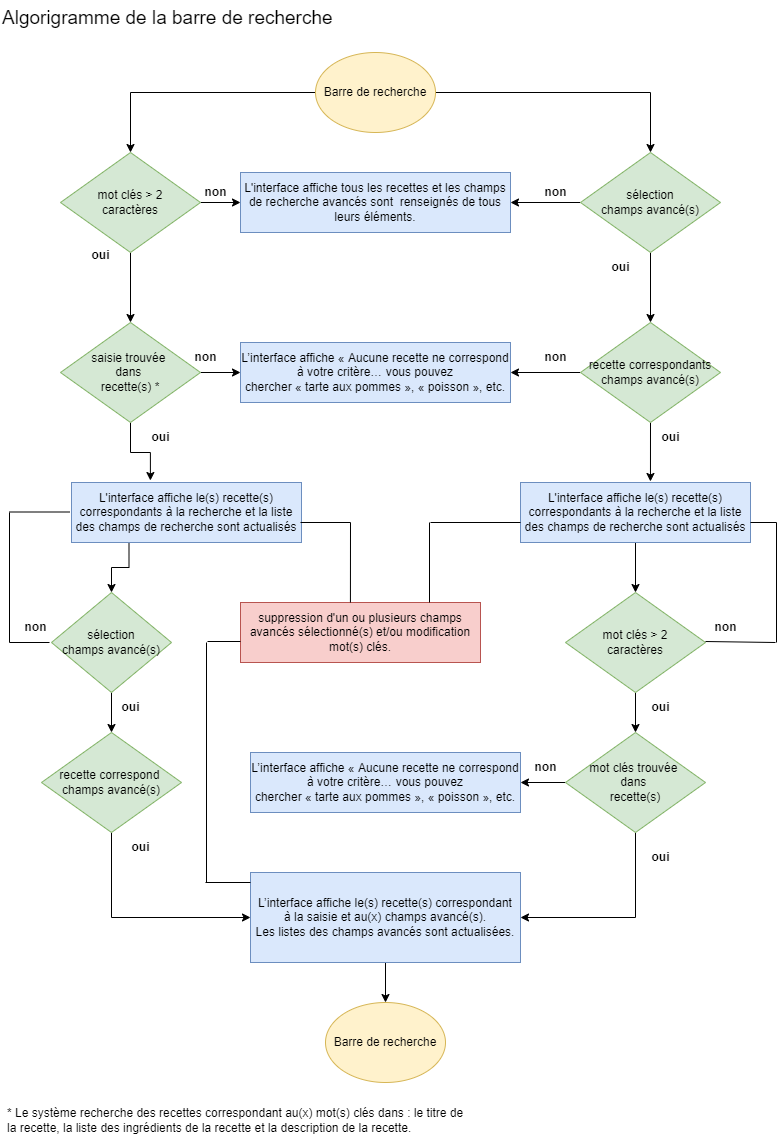
Above: documentations/LesPetitsPLats.png in vypnico974/P7-Les-Petits-Plats-OpenClassroom (draw.io), before the change. Source tidied: cells renumbered, new cells last; positions are measured from the earlier drawing's top-left corner, leaving out a move shared by most shapes.
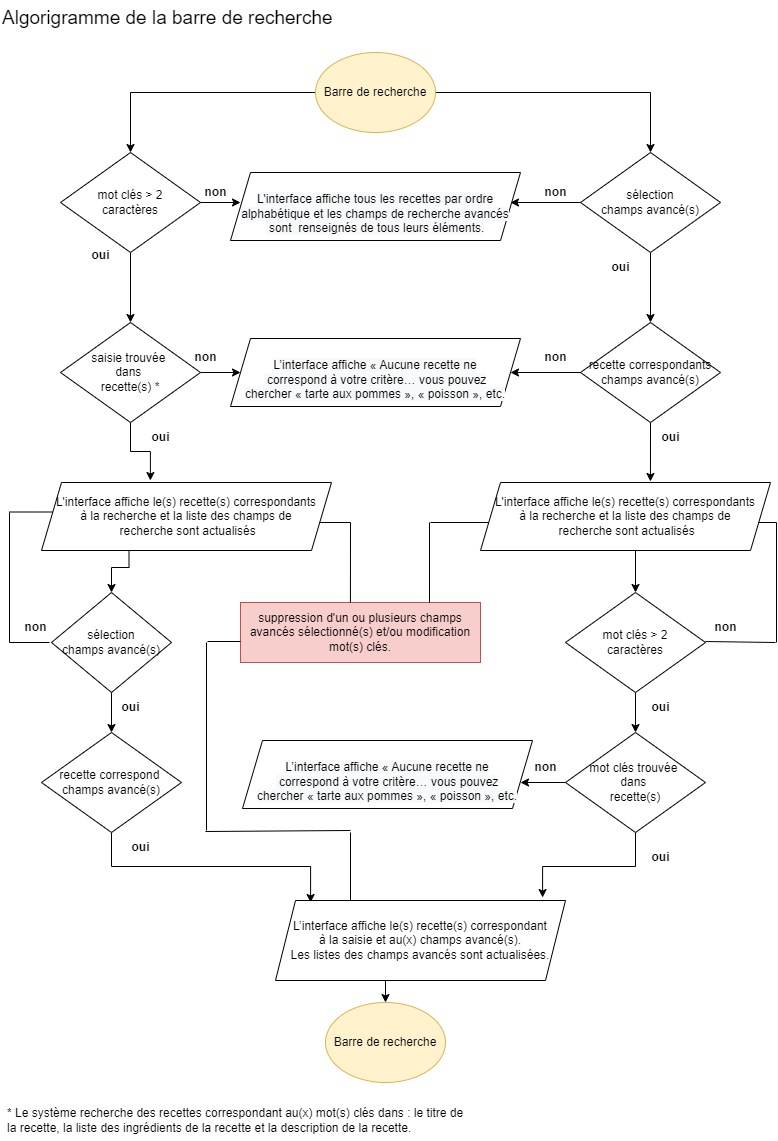
The same diagram one commit later.

The edit, as a diff of the source:
```diff
@@ -13,4 +13,6 @@
     </mxCell>
-    <mxCell id="5" style="edgeStyle=orthogonalEdgeStyle;rounded=0;jettySize=auto;html=1;exitX=1;exitY=0.5;exitDx=0;exitDy=0;entryX=0;entryY=0.5;entryDx=0;entryDy=0;" parent="1" edge="1" source="7" target="11">
-      <mxGeometry relative="1" as="geometry" />
+    <mxCell id="5" style="edgeStyle=orthogonalEdgeStyle;rounded=0;jettySize=auto;html=1;exitX=1;exitY=0.5;exitDx=0;exitDy=0;entryX=0;entryY=0.5;entryDx=0;entryDy=0;" parent="1" edge="1" source="7">
+      <mxGeometry relative="1" as="geometry">
+        <mxPoint x="240" y="202" as="targetPoint" />
+      </mxGeometry>
     </mxCell>
@@ -19,3 +21,3 @@
     </mxCell>
-    <mxCell id="7" value="mot clés &amp;gt; 2&lt;br&gt;caractères" style="rhombus;whiteSpace=wrap;html=1;fillColor=#d5e8d4;strokeColor=#82b366;" parent="1" vertex="1">
+    <mxCell id="7" value="mot clés &amp;gt; 2&lt;br&gt;caractères" style="rhombus;whiteSpace=wrap;html=1;" parent="1" vertex="1">
       <mxGeometry x="60" y="152" width="140" height="100" as="geometry" />
@@ -31,5 +33,2 @@
     </mxCell>
-    <mxCell id="11" value="L'interface affiche tous les recettes et les champs&lt;br&gt;de recherche avancés sont&amp;nbsp; renseignés de tous leurs éléments." style="rounded=0;whiteSpace=wrap;html=1;fillColor=#dae8fc;strokeColor=#6c8ebf;" parent="1" vertex="1">
-      <mxGeometry x="240" y="172" width="270" height="60" as="geometry" />
-    </mxCell>
     <mxCell id="12" value="non" style="text;html=1;align=center;verticalAlign=middle;strokeColor=none;fillColor=none;fontStyle=1;" parent="1" vertex="1">
@@ -37,4 +36,6 @@
     </mxCell>
-    <mxCell id="13" style="edgeStyle=orthogonalEdgeStyle;rounded=0;jettySize=auto;html=1;exitX=0;exitY=0.5;exitDx=0;exitDy=0;entryX=1;entryY=0.5;entryDx=0;entryDy=0;" parent="1" edge="1" source="15" target="11">
-      <mxGeometry relative="1" as="geometry" />
+    <mxCell id="13" style="edgeStyle=orthogonalEdgeStyle;rounded=0;jettySize=auto;html=1;exitX=0;exitY=0.5;exitDx=0;exitDy=0;entryX=1;entryY=0.5;entryDx=0;entryDy=0;" parent="1" edge="1" source="15">
+      <mxGeometry relative="1" as="geometry">
+        <mxPoint x="510" y="202" as="targetPoint" />
+      </mxGeometry>
     </mxCell>
@@ -43,3 +44,3 @@
     </mxCell>
-    <mxCell id="15" value="sélection&lt;br&gt;champs avancé(s)" style="rhombus;whiteSpace=wrap;html=1;fillColor=#d5e8d4;strokeColor=#82b366;" parent="1" vertex="1">
+    <mxCell id="15" value="sélection&lt;br&gt;champs avancé(s)" style="rhombus;whiteSpace=wrap;html=1;" parent="1" vertex="1">
       <mxGeometry x="580" y="152" width="140" height="100" as="geometry" />
@@ -49,21 +50,26 @@
     </mxCell>
-    <mxCell id="17" style="edgeStyle=orthogonalEdgeStyle;rounded=0;jettySize=auto;html=1;entryX=0;entryY=0.5;entryDx=0;entryDy=0;" parent="1" edge="1" source="19" target="20">
-      <mxGeometry relative="1" as="geometry" />
+    <mxCell id="17" style="edgeStyle=orthogonalEdgeStyle;rounded=0;jettySize=auto;html=1;entryX=0;entryY=0.5;entryDx=0;entryDy=0;" parent="1" edge="1" source="19">
+      <mxGeometry relative="1" as="geometry">
+        <mxPoint x="240" y="372" as="targetPoint" />
+      </mxGeometry>
     </mxCell>
-    <mxCell id="18" style="edgeStyle=orthogonalEdgeStyle;rounded=0;jettySize=auto;html=1;exitX=0.5;exitY=1;exitDx=0;exitDy=0;entryX=0.343;entryY=-0.033;entryDx=0;entryDy=0;entryPerimeter=0;" parent="1" edge="1" source="19" target="26">
-      <mxGeometry relative="1" as="geometry" />
+    <mxCell id="18" style="edgeStyle=orthogonalEdgeStyle;rounded=0;jettySize=auto;html=1;exitX=0.5;exitY=1;exitDx=0;exitDy=0;entryX=0.343;entryY=-0.033;entryDx=0;entryDy=0;entryPerimeter=0;" parent="1" edge="1" source="19">
+      <mxGeometry relative="1" as="geometry">
+        <mxPoint x="149.9" y="480" as="targetPoint" />
+      </mxGeometry>
     </mxCell>
-    <mxCell id="19" value="saisie trouvée&amp;nbsp;&lt;br&gt;dans&amp;nbsp;&lt;br&gt;recette(s) *" style="rhombus;whiteSpace=wrap;html=1;fillColor=#d5e8d4;strokeColor=#82b366;" parent="1" vertex="1">
+    <mxCell id="19" value="saisie trouvée&amp;nbsp;&lt;br&gt;dans&amp;nbsp;&lt;br&gt;recette(s) *" style="rhombus;whiteSpace=wrap;html=1;" parent="1" vertex="1">
       <mxGeometry x="60" y="322" width="140" height="100" as="geometry" />
     </mxCell>
-    <mxCell id="20" value="L’interface affiche « Aucune recette ne correspond à votre critère… vous pouvez&lt;br/&gt;chercher « tarte aux pommes », « poisson », etc.&lt;br/&gt;" style="rounded=0;whiteSpace=wrap;html=1;fillColor=#dae8fc;strokeColor=#6c8ebf;" parent="1" vertex="1">
-      <mxGeometry x="240" y="342" width="270" height="60" as="geometry" />
-    </mxCell>
-    <mxCell id="21" style="edgeStyle=orthogonalEdgeStyle;rounded=0;jettySize=auto;html=1;entryX=1;entryY=0.5;entryDx=0;entryDy=0;" parent="1" edge="1" source="23" target="20">
-      <mxGeometry relative="1" as="geometry" />
+    <mxCell id="21" style="edgeStyle=orthogonalEdgeStyle;rounded=0;jettySize=auto;html=1;entryX=1;entryY=0.5;entryDx=0;entryDy=0;" parent="1" edge="1" source="23">
+      <mxGeometry relative="1" as="geometry">
+        <mxPoint x="510" y="372" as="targetPoint" />
+      </mxGeometry>
     </mxCell>
-    <mxCell id="22" style="edgeStyle=orthogonalEdgeStyle;rounded=0;jettySize=auto;html=1;exitX=0.5;exitY=1;exitDx=0;exitDy=0;entryX=0.565;entryY=-0.017;entryDx=0;entryDy=0;entryPerimeter=0;" parent="1" edge="1" source="23" target="34">
-      <mxGeometry relative="1" as="geometry" />
+    <mxCell id="22" style="edgeStyle=orthogonalEdgeStyle;rounded=0;jettySize=auto;html=1;exitX=0.5;exitY=1;exitDx=0;exitDy=0;entryX=0.565;entryY=-0.017;entryDx=0;entryDy=0;entryPerimeter=0;" parent="1" edge="1" source="23">
+      <mxGeometry relative="1" as="geometry">
+        <mxPoint x="650" y="481" as="targetPoint" />
+      </mxGeometry>
     </mxCell>
-    <mxCell id="23" value="recette correspondants champs avancé(s)" style="rhombus;whiteSpace=wrap;html=1;fillColor=#d5e8d4;strokeColor=#82b366;" parent="1" vertex="1">
+    <mxCell id="23" value="recette correspondants champs avancé(s)" style="rhombus;whiteSpace=wrap;html=1;" parent="1" vertex="1">
       <mxGeometry x="580" y="322" width="140" height="100" as="geometry" />
@@ -73,8 +79,7 @@
     </mxCell>
-    <mxCell id="25" style="edgeStyle=orthogonalEdgeStyle;rounded=0;jettySize=auto;html=1;exitX=0.25;exitY=1;exitDx=0;exitDy=0;" parent="1" edge="1" source="26" target="28">
-      <mxGeometry relative="1" as="geometry" />
+    <mxCell id="25" style="edgeStyle=orthogonalEdgeStyle;rounded=0;jettySize=auto;html=1;exitX=0.25;exitY=1;exitDx=0;exitDy=0;" parent="1" edge="1" target="28">
+      <mxGeometry relative="1" as="geometry">
+        <mxPoint x="128.5" y="542" as="sourcePoint" />
+      </mxGeometry>
     </mxCell>
-    <mxCell id="26" value="L'interface affiche le(s) recette(s) correspondants à la recherche et la liste des champs de recherche sont actualisés" style="rounded=0;whiteSpace=wrap;html=1;fillColor=#dae8fc;strokeColor=#6c8ebf;" parent="1" vertex="1">
-      <mxGeometry x="71" y="482" width="230" height="60" as="geometry" />
-    </mxCell>
     <mxCell id="27" style="edgeStyle=orthogonalEdgeStyle;rounded=0;jettySize=auto;html=1;exitX=0.5;exitY=1;exitDx=0;exitDy=0;entryX=0.5;entryY=0;entryDx=0;entryDy=0;" parent="1" edge="1" source="28" target="42">
@@ -82,3 +87,3 @@
     </mxCell>
-    <mxCell id="28" value="sélection&lt;br&gt;champs avancé(s)" style="rhombus;whiteSpace=wrap;html=1;fillColor=#d5e8d4;strokeColor=#82b366;" parent="1" vertex="1">
+    <mxCell id="28" value="sélection&lt;br&gt;champs avancé(s)" style="rhombus;whiteSpace=wrap;html=1;" parent="1" vertex="1">
       <mxGeometry x="51" y="592" width="120" height="100" as="geometry" />
@@ -106,8 +111,7 @@
     </mxCell>
-    <mxCell id="33" style="edgeStyle=orthogonalEdgeStyle;rounded=0;jettySize=auto;html=1;exitX=0.5;exitY=1;exitDx=0;exitDy=0;entryX=0.5;entryY=0;entryDx=0;entryDy=0;" parent="1" edge="1" source="34" target="36">
-      <mxGeometry relative="1" as="geometry" />
+    <mxCell id="33" style="edgeStyle=orthogonalEdgeStyle;rounded=0;jettySize=auto;html=1;exitX=0.5;exitY=1;exitDx=0;exitDy=0;entryX=0.5;entryY=0;entryDx=0;entryDy=0;" parent="1" edge="1" target="36">
+      <mxGeometry relative="1" as="geometry">
+        <mxPoint x="635" y="542" as="sourcePoint" />
+      </mxGeometry>
     </mxCell>
-    <mxCell id="34" value="L'interface affiche le(s) recette(s) correspondants à la recherche et la liste des champs de recherche sont actualisés" style="rounded=0;whiteSpace=wrap;html=1;fillColor=#dae8fc;strokeColor=#6c8ebf;" parent="1" vertex="1">
-      <mxGeometry x="520" y="482" width="230" height="60" as="geometry" />
-    </mxCell>
     <mxCell id="35" style="edgeStyle=orthogonalEdgeStyle;rounded=0;jettySize=auto;html=1;exitX=0.5;exitY=1;exitDx=0;exitDy=0;entryX=0.5;entryY=0;entryDx=0;entryDy=0;" parent="1" edge="1" source="36" target="47">
@@ -115,3 +119,3 @@
     </mxCell>
-    <mxCell id="36" value="mot clés &amp;gt; 2&lt;br&gt;caractères" style="rhombus;whiteSpace=wrap;html=1;fillColor=#d5e8d4;strokeColor=#82b366;" parent="1" vertex="1">
+    <mxCell id="36" value="mot clés &amp;gt; 2&lt;br&gt;caractères" style="rhombus;whiteSpace=wrap;html=1;" parent="1" vertex="1">
       <mxGeometry x="565" y="592" width="140" height="100" as="geometry" />
@@ -138,6 +142,6 @@
     </mxCell>
-    <mxCell id="41" style="edgeStyle=orthogonalEdgeStyle;rounded=0;jettySize=auto;html=1;exitX=0.5;exitY=1;exitDx=0;exitDy=0;entryX=0;entryY=0.5;entryDx=0;entryDy=0;" parent="1" edge="1" source="42" target="51">
+    <mxCell id="41" style="edgeStyle=orthogonalEdgeStyle;rounded=0;jettySize=auto;html=1;exitX=0.5;exitY=1;exitDx=0;exitDy=0;entryX=0.121;entryY=0.025;entryDx=0;entryDy=0;entryPerimeter=0;" parent="1" edge="1" source="42" target="51">
       <mxGeometry relative="1" as="geometry" />
     </mxCell>
-    <mxCell id="42" value="recette correspond&amp;nbsp;&lt;br&gt;champs avancé(s)" style="rhombus;whiteSpace=wrap;html=1;fillColor=#d5e8d4;strokeColor=#82b366;" parent="1" vertex="1">
+    <mxCell id="42" value="recette correspond&amp;nbsp;&lt;br&gt;champs avancé(s)" style="rhombus;whiteSpace=wrap;html=1;" parent="1" vertex="1">
       <mxGeometry x="41" y="732" width="140" height="100" as="geometry" />
@@ -147,12 +151,11 @@
     </mxCell>
-    <mxCell id="44" value="L’interface affiche « Aucune recette ne correspond à votre critère… vous pouvez&lt;br/&gt;chercher « tarte aux pommes », « poisson », etc.&lt;br/&gt;" style="rounded=0;whiteSpace=wrap;html=1;fillColor=#dae8fc;strokeColor=#6c8ebf;" parent="1" vertex="1">
-      <mxGeometry x="250" y="752" width="270" height="60" as="geometry" />
-    </mxCell>
-    <mxCell id="45" style="edgeStyle=orthogonalEdgeStyle;rounded=0;jettySize=auto;html=1;exitX=0;exitY=0.5;exitDx=0;exitDy=0;entryX=1;entryY=0.5;entryDx=0;entryDy=0;" parent="1" edge="1" source="47" target="44">
-      <mxGeometry relative="1" as="geometry" />
+    <mxCell id="45" style="edgeStyle=orthogonalEdgeStyle;rounded=0;jettySize=auto;html=1;exitX=0;exitY=0.5;exitDx=0;exitDy=0;entryX=1;entryY=0.5;entryDx=0;entryDy=0;" parent="1" edge="1" source="47">
+      <mxGeometry relative="1" as="geometry">
+        <mxPoint x="520" y="782" as="targetPoint" />
+      </mxGeometry>
     </mxCell>
-    <mxCell id="46" style="edgeStyle=orthogonalEdgeStyle;rounded=0;jettySize=auto;html=1;exitX=0.5;exitY=1;exitDx=0;exitDy=0;entryX=1;entryY=0.5;entryDx=0;entryDy=0;" parent="1" edge="1" source="47" target="51">
+    <mxCell id="46" style="edgeStyle=orthogonalEdgeStyle;rounded=0;jettySize=auto;html=1;exitX=0.5;exitY=1;exitDx=0;exitDy=0;entryX=0.921;entryY=-0.037;entryDx=0;entryDy=0;entryPerimeter=0;" parent="1" edge="1" source="47" target="51">
       <mxGeometry relative="1" as="geometry" />
     </mxCell>
-    <mxCell id="47" value="mot clés trouvée&amp;nbsp;&lt;br&gt;dans&amp;nbsp;&lt;br&gt;recette(s)" style="rhombus;whiteSpace=wrap;html=1;fillColor=#d5e8d4;strokeColor=#82b366;" parent="1" vertex="1">
+    <mxCell id="47" value="mot clés trouvée&amp;nbsp;&lt;br&gt;dans&amp;nbsp;&lt;br&gt;recette(s)" style="rhombus;whiteSpace=wrap;html=1;" parent="1" vertex="1">
       <mxGeometry x="565" y="732" width="140" height="100" as="geometry" />
@@ -165,8 +168,7 @@
     </mxCell>
-    <mxCell id="50" style="edgeStyle=orthogonalEdgeStyle;rounded=0;jettySize=auto;html=1;exitX=0.5;exitY=1;exitDx=0;exitDy=0;entryX=0.5;entryY=0;entryDx=0;entryDy=0;" parent="1" edge="1" source="51" target="54">
-      <mxGeometry relative="1" as="geometry" />
+    <mxCell id="50" style="edgeStyle=orthogonalEdgeStyle;rounded=0;jettySize=auto;html=1;entryX=0.5;entryY=0;entryDx=0;entryDy=0;" parent="1" edge="1" target="54">
+      <mxGeometry relative="1" as="geometry">
+        <mxPoint x="390" y="950" as="sourcePoint" />
+      </mxGeometry>
     </mxCell>
-    <mxCell id="51" value="L’interface affiche le(s) recette(s) correspondant&lt;br&gt;à la saisie et au(x) champs avancé(s).&lt;br&gt;Les listes des champs avancés sont actualisées." style="rounded=0;whiteSpace=wrap;html=1;fillColor=#dae8fc;strokeColor=#6c8ebf;" parent="1" vertex="1">
-      <mxGeometry x="250" y="872" width="270" height="90" as="geometry" />
-    </mxCell>
     <mxCell id="52" value="oui" style="text;html=1;align=center;verticalAlign=middle;strokeColor=none;fillColor=none;fontStyle=1;" parent="1" vertex="1">
@@ -211,3 +213,3 @@
       <mxGeometry relative="1" as="geometry">
-        <mxPoint x="206" y="882" as="sourcePoint" />
+        <mxPoint x="206" y="830" as="sourcePoint" />
         <mxPoint x="206" y="642" as="targetPoint" />
@@ -221,8 +223,2 @@
     </mxCell>
-    <mxCell id="63" style="endArrow=none;html=1;rounded=0;" parent="1" edge="1">
-      <mxGeometry relative="1" as="geometry">
-        <mxPoint x="205" y="882" as="sourcePoint" />
-        <mxPoint x="250" y="882" as="targetPoint" />
-      </mxGeometry>
-    </mxCell>
     <mxCell id="64" value="&lt;div style=&quot;&quot;&gt;&lt;span style=&quot;background-color: initial;&quot;&gt;* Le système recherche des recettes correspondant au(x) mot(s) clés dans : le titre de&lt;/span&gt;&lt;/div&gt;la recette, la liste des ingrédients de la recette et la description de la recette." style="text;html=1;align=left;verticalAlign=middle;strokeColor=none;fillColor=none;" parent="1" vertex="1">
@@ -233,2 +229,32 @@
     </mxCell>
+    <mxCell id="66" value="&lt;br&gt;&lt;span style=&quot;color: rgb(0, 0, 0); font-family: Helvetica; font-size: 12px; font-style: normal; font-variant-ligatures: normal; font-variant-caps: normal; font-weight: 400; letter-spacing: normal; orphans: 2; text-align: center; text-indent: 0px; text-transform: none; widows: 2; word-spacing: 0px; -webkit-text-stroke-width: 0px; background-color: rgb(248, 249, 250); text-decoration-thickness: initial; text-decoration-style: initial; text-decoration-color: initial; float: none; display: inline !important;&quot;&gt;L'interface affiche tous les recettes par ordre alphabétique et les champs&amp;nbsp;&lt;/span&gt;&lt;span style=&quot;color: rgb(0, 0, 0); font-family: Helvetica; font-size: 12px; font-style: normal; font-variant-ligatures: normal; font-variant-caps: normal; font-weight: 400; letter-spacing: normal; orphans: 2; text-align: center; text-indent: 0px; text-transform: none; widows: 2; word-spacing: 0px; -webkit-text-stroke-width: 0px; background-color: rgb(248, 249, 250); text-decoration-thickness: initial; text-decoration-style: initial; text-decoration-color: initial; float: none; display: inline !important;&quot;&gt;de recherche avancés&lt;br&gt;&amp;nbsp;sont&amp;nbsp; renseignés de tous leurs éléments.&lt;br&gt;&lt;/span&gt;" style="shape=parallelogram;perimeter=parallelogramPerimeter;whiteSpace=wrap;html=1;fixedSize=1;" parent="1" vertex="1">
+      <mxGeometry x="230" y="172" width="290" height="68" as="geometry" />
+    </mxCell>
+    <mxCell id="67" value="&lt;br&gt;&lt;span style=&quot;color: rgb(0, 0, 0); font-family: Helvetica; font-size: 12px; font-style: normal; font-variant-ligatures: normal; font-variant-caps: normal; font-weight: 400; letter-spacing: normal; orphans: 2; text-indent: 0px; text-transform: none; widows: 2; word-spacing: 0px; -webkit-text-stroke-width: 0px; background-color: rgb(248, 249, 250); text-decoration-thickness: initial; text-decoration-style: initial; text-decoration-color: initial; float: none; display: inline !important;&quot;&gt;L’interface affiche « Aucune recette ne&lt;br&gt;&amp;nbsp;correspond à votre critère… vous pouvez&lt;/span&gt;&lt;br style=&quot;color: rgb(0, 0, 0); font-family: Helvetica; font-size: 12px; font-style: normal; font-variant-ligatures: normal; font-variant-caps: normal; font-weight: 400; letter-spacing: normal; orphans: 2; text-indent: 0px; text-transform: none; widows: 2; word-spacing: 0px; -webkit-text-stroke-width: 0px; background-color: rgb(248, 249, 250); text-decoration-thickness: initial; text-decoration-style: initial; text-decoration-color: initial;&quot;&gt;&lt;span style=&quot;color: rgb(0, 0, 0); font-family: Helvetica; font-size: 12px; font-style: normal; font-variant-ligatures: normal; font-variant-caps: normal; font-weight: 400; letter-spacing: normal; orphans: 2; text-indent: 0px; text-transform: none; widows: 2; word-spacing: 0px; -webkit-text-stroke-width: 0px; background-color: rgb(248, 249, 250); text-decoration-thickness: initial; text-decoration-style: initial; text-decoration-color: initial; float: none; display: inline !important;&quot;&gt;chercher « tarte aux pommes », « poisson », etc.&lt;/span&gt;&lt;br&gt;" style="shape=parallelogram;perimeter=parallelogramPerimeter;whiteSpace=wrap;html=1;fixedSize=1;align=center;" parent="1" vertex="1">
+      <mxGeometry x="230" y="338" width="290" height="68" as="geometry" />
+    </mxCell>
+    <mxCell id="68" value="L'interface affiche le(s) recette(s) correspondants&lt;br&gt;à la recherche et la liste des champs de&lt;br&gt;&amp;nbsp;recherche sont actualisés" style="shape=parallelogram;perimeter=parallelogramPerimeter;whiteSpace=wrap;html=1;fixedSize=1;align=center;" parent="1" vertex="1">
+      <mxGeometry x="41" y="482" width="290" height="68" as="geometry" />
+    </mxCell>
+    <mxCell id="69" value="L'interface affiche le(s) recette(s) correspondants&lt;br&gt;à la recherche et la liste des champs de&lt;br&gt;&amp;nbsp;recherche sont actualisés" style="shape=parallelogram;perimeter=parallelogramPerimeter;whiteSpace=wrap;html=1;fixedSize=1;align=center;" parent="1" vertex="1">
+      <mxGeometry x="480" y="482" width="290" height="68" as="geometry" />
+    </mxCell>
+    <mxCell id="70" value="&lt;br&gt;&lt;span style=&quot;color: rgb(0, 0, 0); font-family: Helvetica; font-size: 12px; font-style: normal; font-variant-ligatures: normal; font-variant-caps: normal; font-weight: 400; letter-spacing: normal; orphans: 2; text-indent: 0px; text-transform: none; widows: 2; word-spacing: 0px; -webkit-text-stroke-width: 0px; background-color: rgb(248, 249, 250); text-decoration-thickness: initial; text-decoration-style: initial; text-decoration-color: initial; float: none; display: inline !important;&quot;&gt;L’interface affiche « Aucune recette ne&lt;br&gt;&amp;nbsp;correspond à votre critère… vous pouvez&lt;/span&gt;&lt;br style=&quot;color: rgb(0, 0, 0); font-family: Helvetica; font-size: 12px; font-style: normal; font-variant-ligatures: normal; font-variant-caps: normal; font-weight: 400; letter-spacing: normal; orphans: 2; text-indent: 0px; text-transform: none; widows: 2; word-spacing: 0px; -webkit-text-stroke-width: 0px; background-color: rgb(248, 249, 250); text-decoration-thickness: initial; text-decoration-style: initial; text-decoration-color: initial;&quot;&gt;&lt;span style=&quot;color: rgb(0, 0, 0); font-family: Helvetica; font-size: 12px; font-style: normal; font-variant-ligatures: normal; font-variant-caps: normal; font-weight: 400; letter-spacing: normal; orphans: 2; text-indent: 0px; text-transform: none; widows: 2; word-spacing: 0px; -webkit-text-stroke-width: 0px; background-color: rgb(248, 249, 250); text-decoration-thickness: initial; text-decoration-style: initial; text-decoration-color: initial; float: none; display: inline !important;&quot;&gt;chercher « tarte aux pommes », « poisson », etc.&lt;/span&gt;&lt;br&gt;" style="shape=parallelogram;perimeter=parallelogramPerimeter;whiteSpace=wrap;html=1;fixedSize=1;align=center;" parent="1" vertex="1">
+      <mxGeometry x="242" y="740" width="290" height="68" as="geometry" />
+    </mxCell>
+    <mxCell id="51" value="L’interface affiche le(s) recette(s) correspondant&lt;br&gt;à la saisie et au(x) champs avancé(s).&lt;br&gt;Les listes des champs avancés sont actualisées." style="shape=parallelogram;perimeter=parallelogramPerimeter;whiteSpace=wrap;html=1;fixedSize=1;align=center;" parent="1" vertex="1">
+      <mxGeometry x="275" y="900" width="290" height="80" as="geometry" />
+    </mxCell>
+    <mxCell id="71" style="endArrow=none;html=1;rounded=0;" parent="1" edge="1">
+      <mxGeometry relative="1" as="geometry">
+        <mxPoint x="205" y="831" as="sourcePoint" />
+        <mxPoint x="350" y="830" as="targetPoint" />
+      </mxGeometry>
+    </mxCell>
+    <mxCell id="72" style="endArrow=none;html=1;rounded=0;" parent="1" edge="1">
+      <mxGeometry relative="1" as="geometry">
+        <mxPoint x="350" y="832" as="sourcePoint" />
+        <mxPoint x="350" y="900" as="targetPoint" />
+      </mxGeometry>
+    </mxCell>
   </root>
```
